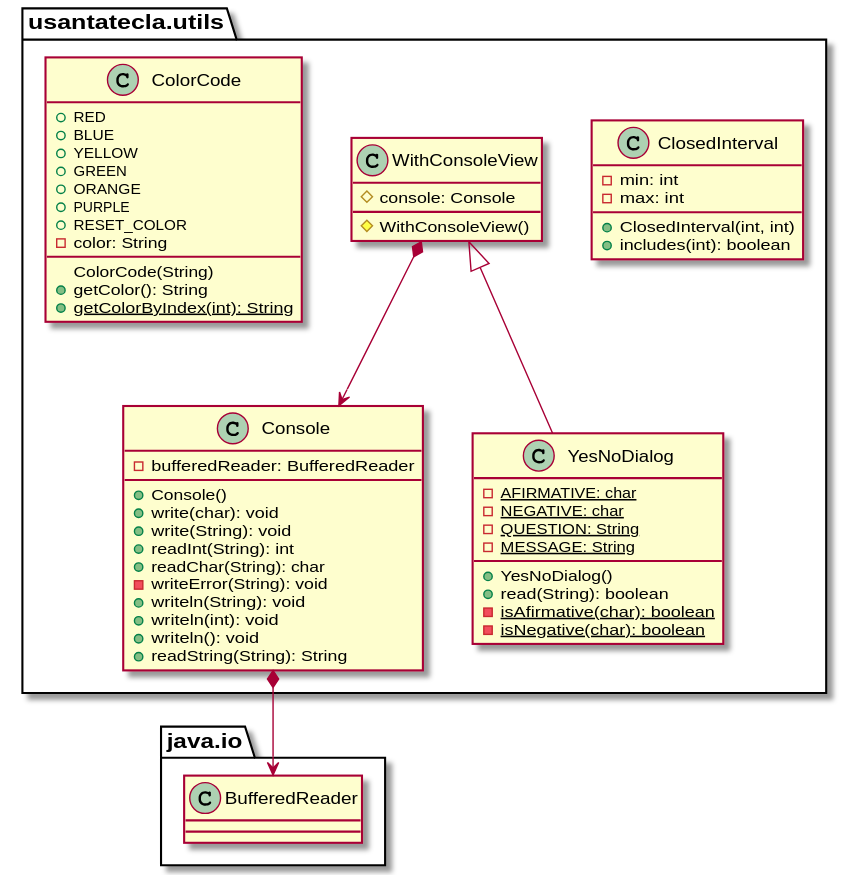
Above: domainModel/docs/diagrams/out/paquetes/usantatecla.utils.svg in SantaTecla-mastermind/solution.java.swing.socket.sql (PlantUML), before the change. Its diagram source:
```plantuml
@startuml
class  usantatecla.utils.ClosedInterval{
- min: int
- max: int
+ ClosedInterval(int, int)
+ includes(int): boolean
}

class  usantatecla.utils.Console{
- bufferedReader: BufferedReader
+ Console()
+ write(char): void
+ write(String): void
+ readInt(String): int
+ readChar(String): char
- writeError(String): void
+ writeln(String): void
+ writeln(int): void
+ writeln(): void
+ readString(String): String
}
usantatecla.utils.Console *-down-> java.io.BufferedReader

class  usantatecla.utils.WithConsoleView{
# console: Console
# WithConsoleView()
}
usantatecla.utils.WithConsoleView *-down-> usantatecla.utils.Console

class  usantatecla.utils.YesNoDialog{
- {static} AFIRMATIVE: char
- {static} NEGATIVE: char
- {static} QUESTION: String
- {static} MESSAGE: String
+ YesNoDialog()
+ read(String): boolean
- {static} isAfirmative(char): boolean
- {static} isNegative(char): boolean
}

class  usantatecla.utils.ColorCode{
	+ RED
    + BLUE
    + YELLOW
    + GREEN
    + ORANGE
    + PURPLE
    + RESET_COLOR
    - color: String
    ColorCode(String)
    + getColor(): String
    + {static} getColorByIndex(int): String
}

usantatecla.utils.WithConsoleView <|-down- usantatecla.utils.YesNoDialog
@enduml
```
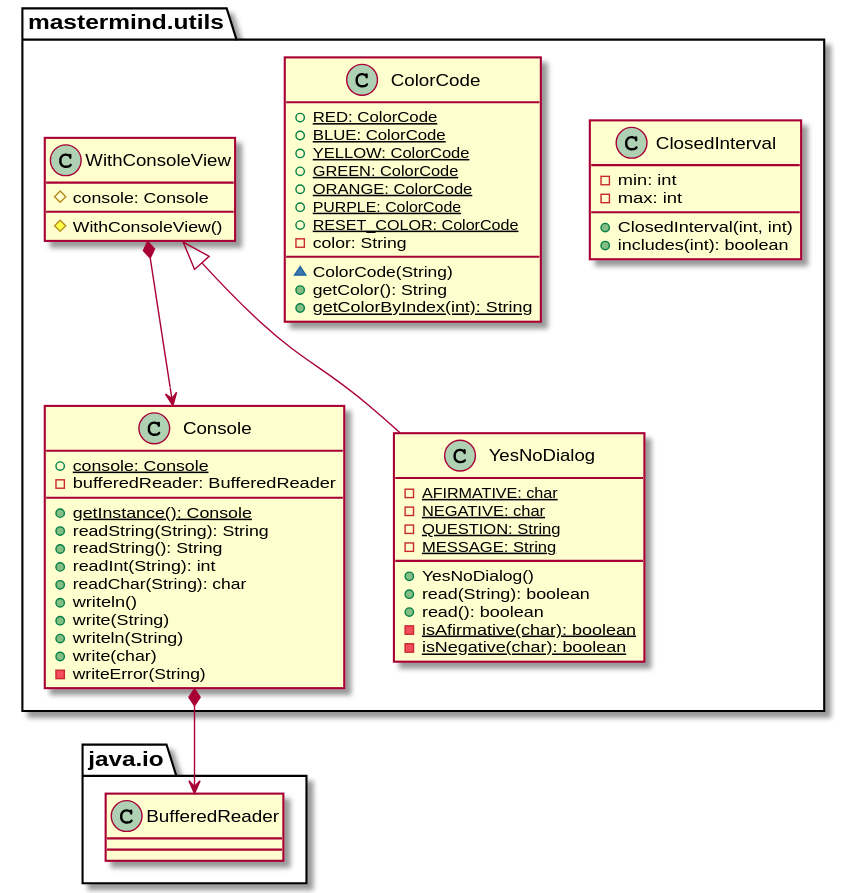
The same diagram one commit later.

Commit message:
DomainModel diagrams updated #1

What changed in the source:
```diff
@@ -1,56 +1,57 @@
 @startuml
-class  usantatecla.utils.ClosedInterval{
+class  mastermind.utils.ClosedInterval{
 - min: int
 - max: int
 + ClosedInterval(int, int)
 + includes(int): boolean
 }
 
-class  usantatecla.utils.Console{
+class  mastermind.utils.ColorCode{
++ {static} RED: ColorCode
++ {static} BLUE: ColorCode
++ {static} YELLOW: ColorCode
++ {static} GREEN: ColorCode
++ {static} ORANGE: ColorCode
++ {static} PURPLE: ColorCode
++ {static} RESET_COLOR: ColorCode
+- color: String
+~ ColorCode(String)
++ getColor(): String
++ {static} getColorByIndex(int): String
+}
+
+class  mastermind.utils.Console{
++ {static} console: Console
 - bufferedReader: BufferedReader
-+ Console()
-+ write(char): void
-+ write(String): void
++ {static} getInstance(): Console
++ readString(String): String
++ readString(): String
 + readInt(String): int
 + readChar(String): char
-- writeError(String): void
-+ writeln(String): void
-+ writeln(int): void
-+ writeln(): void
-+ readString(String): String
++ writeln()
++ write(String)
++ writeln(String)
++ write(char)
+- writeError(String)
 }
-usantatecla.utils.Console *-down-> java.io.BufferedReader
+mastermind.utils.Console *-down-> java.io.BufferedReader
 
-class  usantatecla.utils.WithConsoleView{
+class  mastermind.utils.WithConsoleView{
 # console: Console
 # WithConsoleView()
 }
-usantatecla.utils.WithConsoleView *-down-> usantatecla.utils.Console
+mastermind.utils.WithConsoleView *-down-> mastermind.utils.Console
 
-class  usantatecla.utils.YesNoDialog{
+class  mastermind.utils.YesNoDialog{
 - {static} AFIRMATIVE: char
 - {static} NEGATIVE: char
 - {static} QUESTION: String
 - {static} MESSAGE: String
 + YesNoDialog()
 + read(String): boolean
++ read(): boolean
 - {static} isAfirmative(char): boolean
 - {static} isNegative(char): boolean
 }
-
-class  usantatecla.utils.ColorCode{
-	+ RED
-    + BLUE
-    + YELLOW
-    + GREEN
-    + ORANGE
-    + PURPLE
-    + RESET_COLOR
-    - color: String
-    ColorCode(String)
-    + getColor(): String
-    + {static} getColorByIndex(int): String
-}
-
-usantatecla.utils.WithConsoleView <|-down- usantatecla.utils.YesNoDialog
+mastermind.utils.WithConsoleView <|-down- mastermind.utils.YesNoDialog
 @enduml
```
